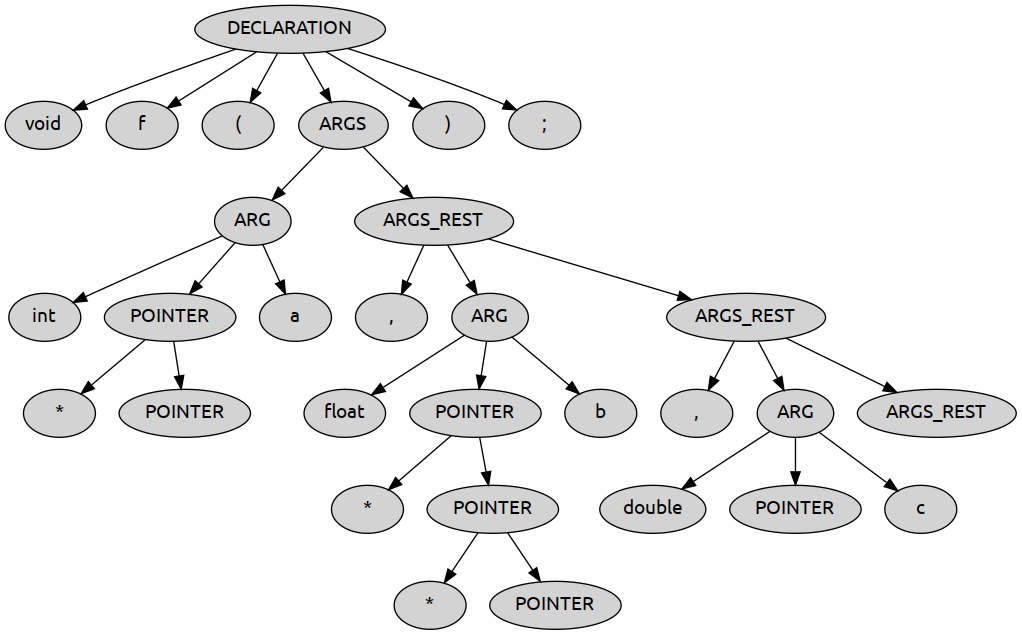
The Graphviz diagram Term5/tm/lab2/graphs/gen.png in iliayar/ITMO, before a commit. Its source is kept beside it as Term5/tm/lab2/graphs/gen.dot.
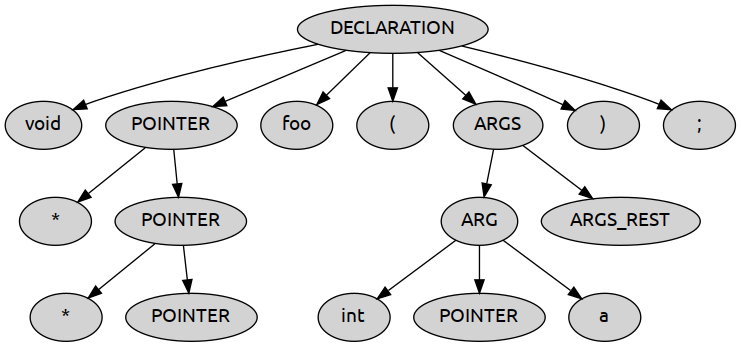
After the change.

What changed in the source:
```diff
@@ -4,60 +4,34 @@
 n1 [label="DECLARATION"]
 n2 [label="void"]
 n1 -> n2
-n3 [label="f"]
+n3 [label="POINTER"]
+n4 [label="*"]
+n3 -> n4
+n5 [label="POINTER"]
+n6 [label="*"]
+n5 -> n6
+n7 [label="POINTER"]
+n5 -> n7
+n3 -> n5
 n1 -> n3
-n4 [label="("]
-n1 -> n4
-n5 [label="ARGS"]
-n6 [label="ARG"]
-n7 [label="int"]
-n6 -> n7
-n8 [label="POINTER"]
-n9 [label="*"]
-n8 -> n9
-n10 [label="POINTER"]
-n8 -> n10
-n6 -> n8
-n11 [label="a"]
-n6 -> n11
-n5 -> n6
-n12 [label="ARGS_REST"]
-n13 [label=","]
-n12 -> n13
-n14 [label="ARG"]
-n15 [label="float"]
-n14 -> n15
-n16 [label="POINTER"]
-n17 [label="*"]
-n16 -> n17
-n18 [label="POINTER"]
-n19 [label="*"]
-n18 -> n19
-n20 [label="POINTER"]
-n18 -> n20
-n16 -> n18
-n14 -> n16
-n21 [label="b"]
-n14 -> n21
-n12 -> n14
-n22 [label="ARGS_REST"]
-n23 [label=","]
-n22 -> n23
-n24 [label="ARG"]
-n25 [label="double"]
-n24 -> n25
-n26 [label="POINTER"]
-n24 -> n26
-n27 [label="c"]
-n24 -> n27
-n22 -> n24
-n28 [label="ARGS_REST"]
-n22 -> n28
-n12 -> n22
-n5 -> n12
-n1 -> n5
-n29 [label=")"]
-n1 -> n29
-n30 [label=";"]
-n1 -> n30
+n8 [label="foo"]
+n1 -> n8
+n9 [label="("]
+n1 -> n9
+n10 [label="ARGS"]
+n11 [label="ARG"]
+n12 [label="int"]
+n11 -> n12
+n13 [label="POINTER"]
+n11 -> n13
+n14 [label="a"]
+n11 -> n14
+n10 -> n11
+n15 [label="ARGS_REST"]
+n10 -> n15
+n1 -> n10
+n16 [label=")"]
+n1 -> n16
+n17 [label=";"]
+n1 -> n17
 }
```
